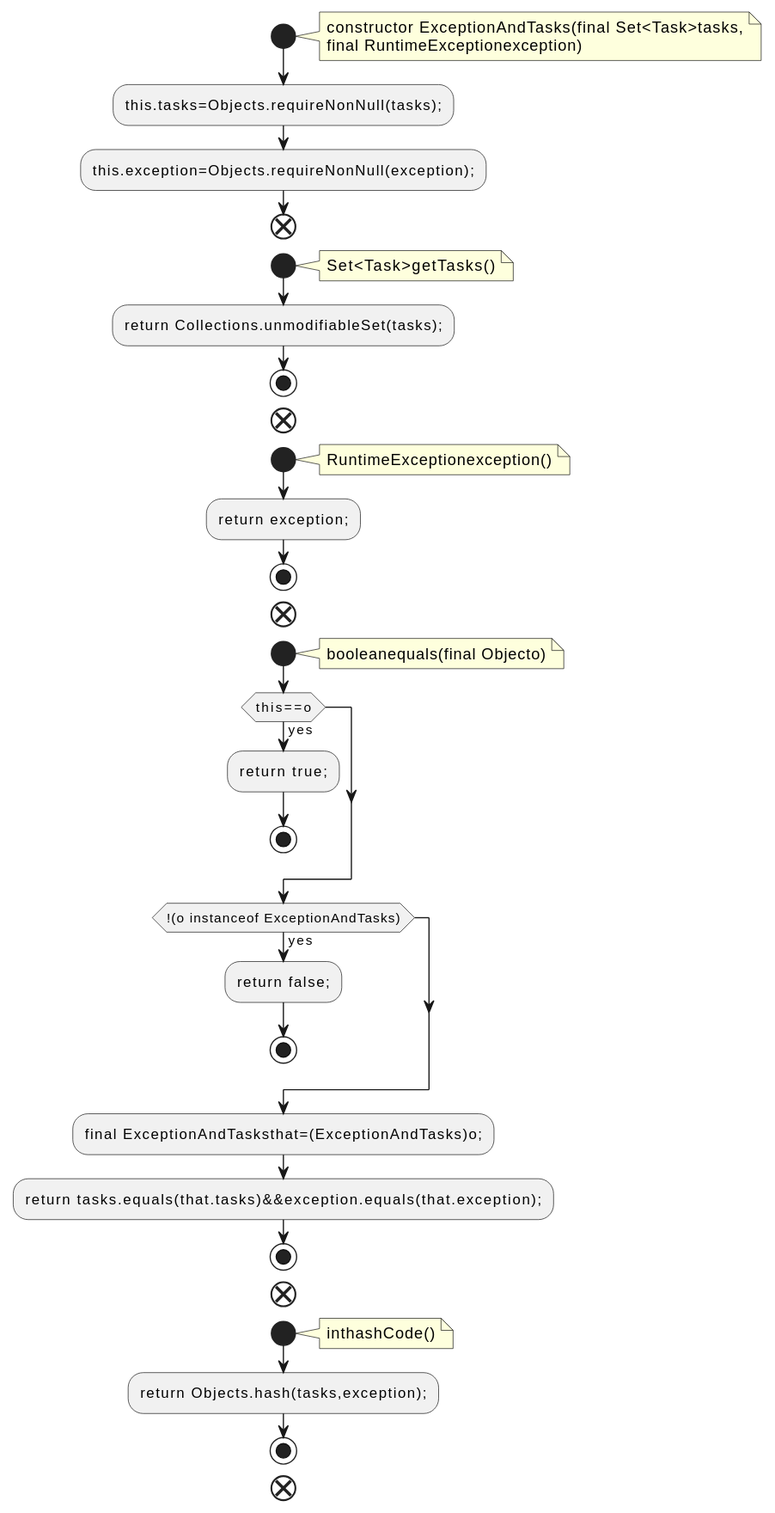
The PlantUML diagram docs/qc/streams/src/main/java/org/apache/kafka/streams/processor/internals/StateUpdater.java.fct.svg in qualitesys/kafka, before a commit.
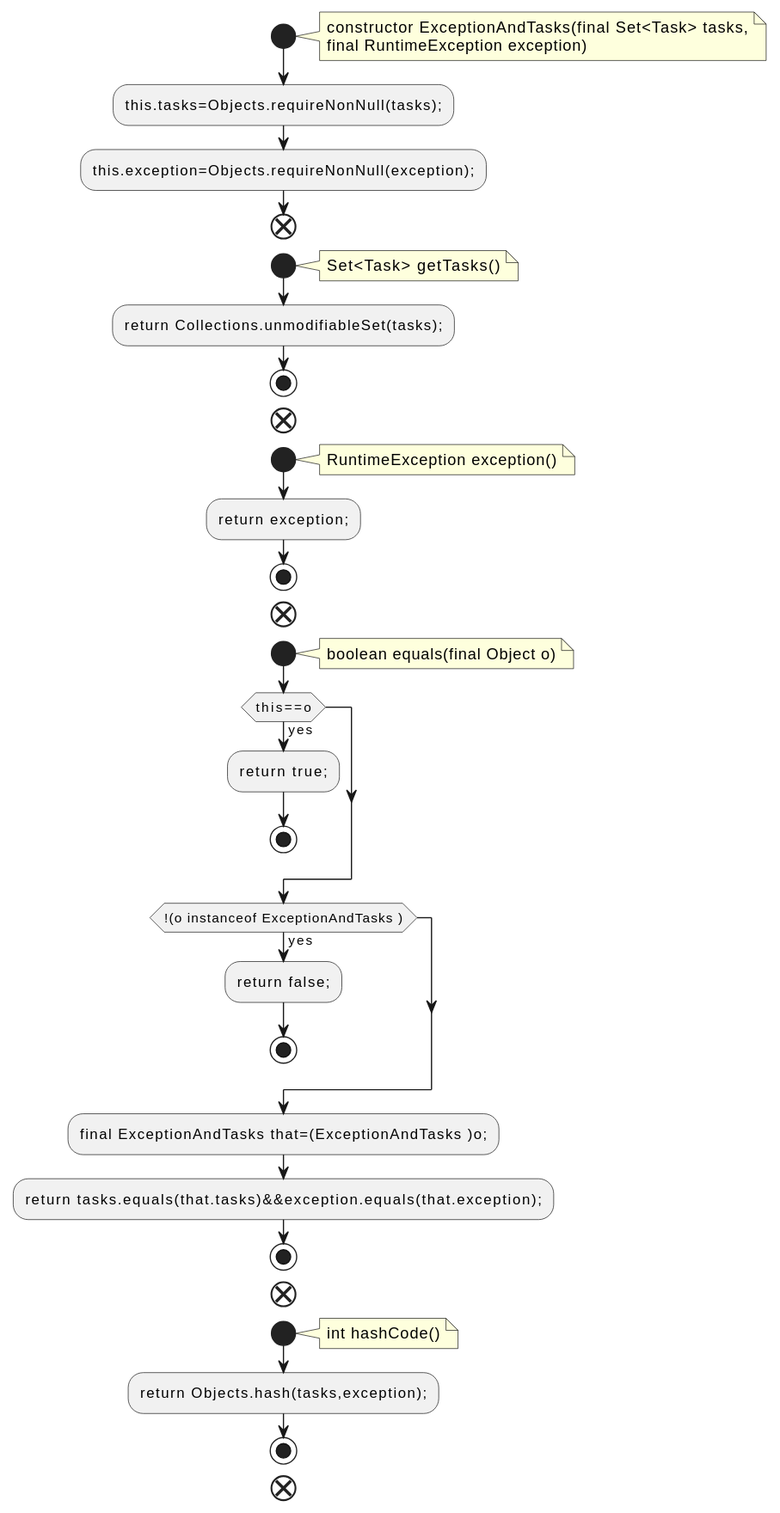
Above is the later version.

Diff of the diagram source:
```diff
@@ -2,45 +2,45 @@
 !pragma layout smetana
 start
 note right
-constructor ExceptionAndTasks(final Set<Task>tasks,
-final RuntimeExceptionexception)
+constructor ExceptionAndTasks(final Set<Task> tasks,
+final RuntimeException exception)
 end note
 :this.tasks=Objects.requireNonNull(tasks);;
 :this.exception=Objects.requireNonNull(exception);;
 end
 start
 note right
-Set<Task>getTasks()
+Set<Task> getTasks()
 end note
 :return Collections.unmodifiableSet(tasks);;
 stop
 end
 start
 note right
-RuntimeExceptionexception()
+RuntimeException exception()
 end note
 :return exception;;
 stop
 end
 start
 note right
-booleanequals(final Objecto)
+boolean equals(final Object o)
 end note
 if (this==o) then (yes)
 :return true;;
 stop
 endif
-if (!(o instanceof ExceptionAndTasks)) then (yes)
+if (!(o instanceof ExceptionAndTasks )) then (yes)
 :return false;;
 stop
 endif
-:final ExceptionAndTasksthat=(ExceptionAndTasks)o;;
+:final ExceptionAndTasks that=(ExceptionAndTasks )o;;
 :return tasks.equals(that.tasks)&&exception.equals(that.exception);;
 stop
 end
 start
 note right
-inthashCode()
+int hashCode()
 end note
 :return Objects.hash(tasks,exception);;
 stop
```
